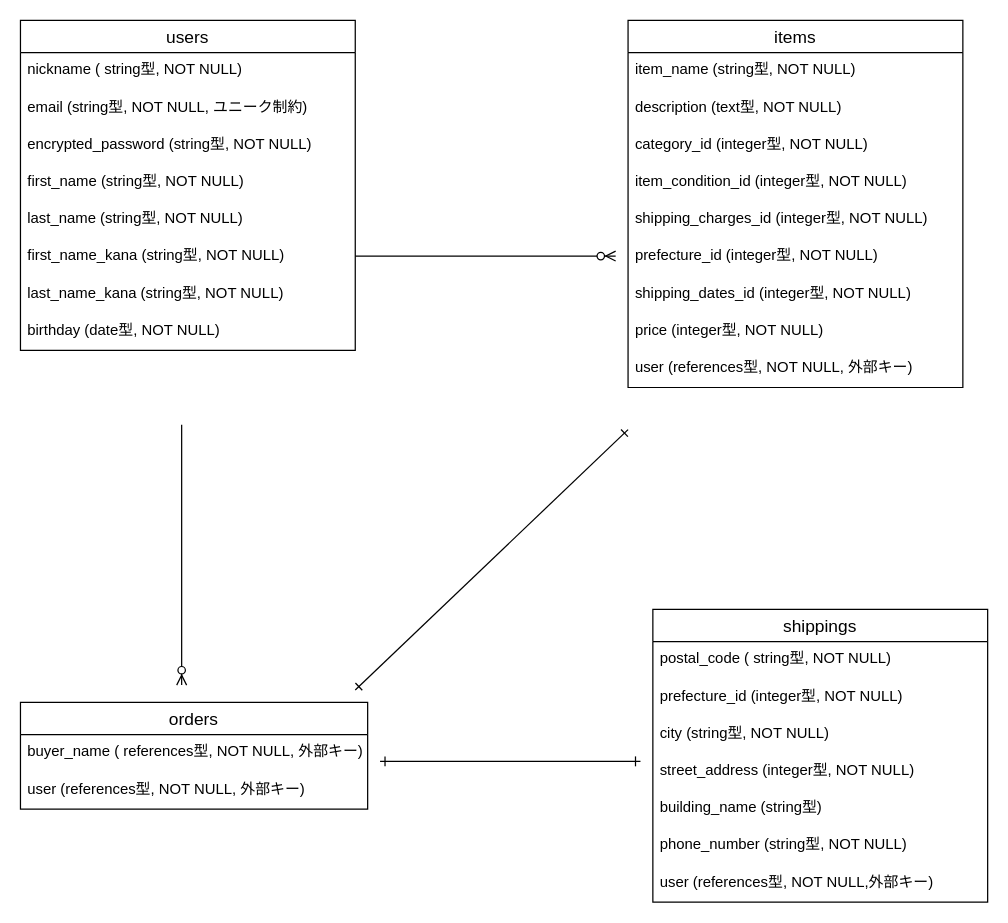
Earlier version of the draw.io diagram test.dio (KDItsu/furima-40546). Source tidied: cells renumbered, new cells numbered last; positions are measured from the earlier drawing's top-left corner, leaving out a move shared by most shapes. Both pictures are drawn from the tidied source at 124%, with x=0, y=0 at pixel (20, 20).
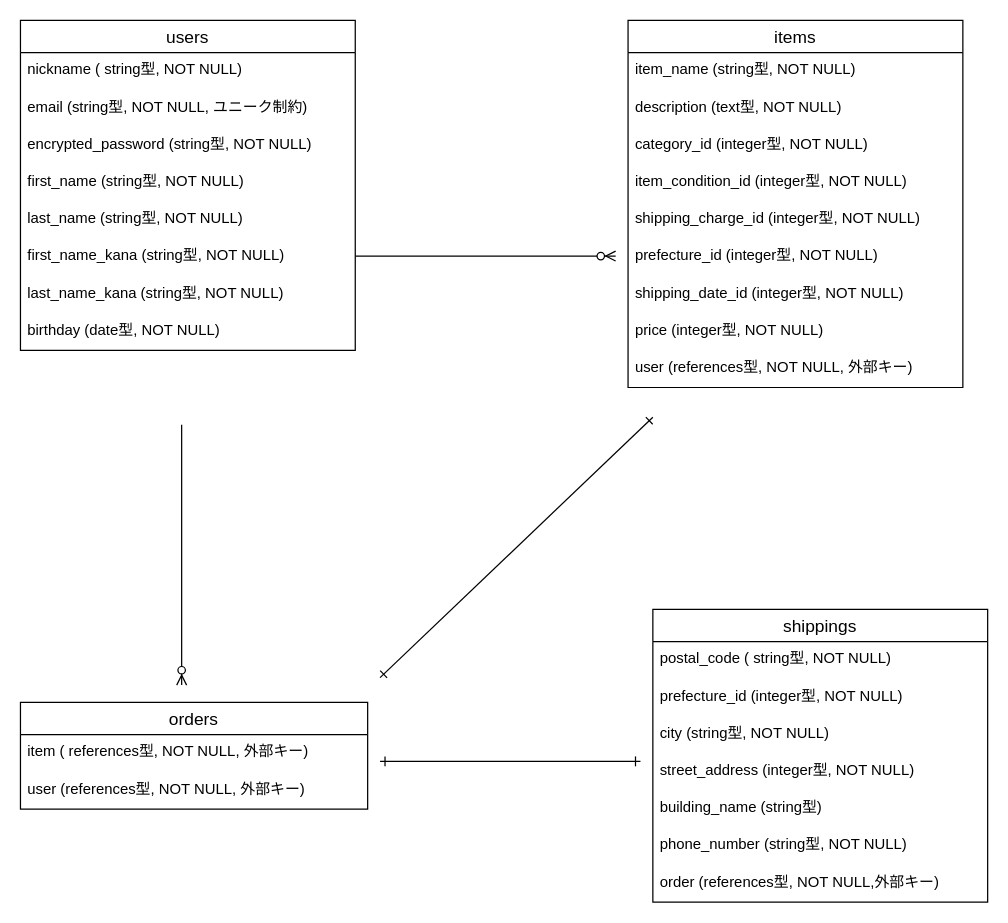
After the change.

Commit message (it also covers changes not shown here):
データベース設計修正1

The change refers to these unchanged cells:
```xml
<mxCell id="11" value="items" style="swimlane;fontStyle=0;horizontal=1;startSize=26;align=center;fontSize=14;" parent="1" vertex="1">
  <mxGeometry x="490" width="270" height="296" as="geometry" />
</mxCell>
<mxCell id="21" value="orders" style="swimlane;fontStyle=0;horizontal=1;startSize=26;align=center;fontSize=14;" parent="1" vertex="1">
  <mxGeometry y="550" width="280" height="86" as="geometry" />
</mxCell>
<mxCell id="24" value="shippings" style="swimlane;fontStyle=0;horizontal=1;startSize=26;align=center;fontSize=14;" parent="1" vertex="1">
  <mxGeometry x="510" y="475" width="270" height="236" as="geometry" />
</mxCell>
```

Change to the diagram source:
```diff
@@
-    <mxCell id="16" value="shipping_charges_id (integer型, NOT NULL)" style="text;strokeColor=none;fillColor=none;spacingLeft=4;spacingRight=4;overflow=hidden;fontSize=12;" parent="11" vertex="1">
+    <mxCell id="16" value="shipping_charge_id (integer型, NOT NULL)" style="text;strokeColor=none;fillColor=none;spacingLeft=4;spacingRight=4;overflow=hidden;fontSize=12;" parent="11" vertex="1">
       <mxGeometry y="146" width="270" height="30" as="geometry" />
     </mxCell>
@@
-    <mxCell id="18" value="shipping_dates_id (integer型, NOT NULL)" style="text;strokeColor=none;fillColor=none;spacingLeft=4;spacingRight=4;overflow=hidden;fontSize=12;" parent="11" vertex="1">
+    <mxCell id="18" value="shipping_date_id (integer型, NOT NULL)" style="text;strokeColor=none;fillColor=none;spacingLeft=4;spacingRight=4;overflow=hidden;fontSize=12;" parent="11" vertex="1">
       <mxGeometry y="206" width="270" height="30" as="geometry" />
     </mxCell>
@@
-    <mxCell id="22" value="buyer_name ( references型, NOT NULL, 外部キー)" style="text;strokeColor=none;fillColor=none;spacingLeft=4;spacingRight=4;overflow=hidden;fontSize=12;" parent="21" vertex="1">
+    <mxCell id="22" value="item ( references型, NOT NULL, 外部キー)" style="text;strokeColor=none;fillColor=none;spacingLeft=4;spacingRight=4;overflow=hidden;fontSize=12;" parent="21" vertex="1">
       <mxGeometry y="26" width="280" height="30" as="geometry" />
     </mxCell>
@@
-    <mxCell id="31" value="user (references型, NOT NULL,外部キー)" style="text;strokeColor=none;fillColor=none;spacingLeft=4;spacingRight=4;overflow=hidden;fontSize=12;" parent="24" vertex="1">
+    <mxCell id="31" value="order (references型, NOT NULL,外部キー)" style="text;strokeColor=none;fillColor=none;spacingLeft=4;spacingRight=4;overflow=hidden;fontSize=12;" parent="24" vertex="1">
       <mxGeometry y="206" width="270" height="30" as="geometry" />
     </mxCell>
@@
     <mxCell id="33" style="fontSize=12;html=1;endArrow=ERone;startArrow=ERone;strokeColor=default;startFill=0;endFill=0;" parent="1" edge="1">
       <mxGeometry relative="1" as="geometry">
-        <mxPoint x="270" y="540" as="sourcePoint" />
-        <mxPoint x="490" y="330" as="targetPoint" />
+        <mxPoint x="290" y="530" as="sourcePoint" />
+        <mxPoint x="510" y="320" as="targetPoint" />
       </mxGeometry>
     </mxCell>
```
